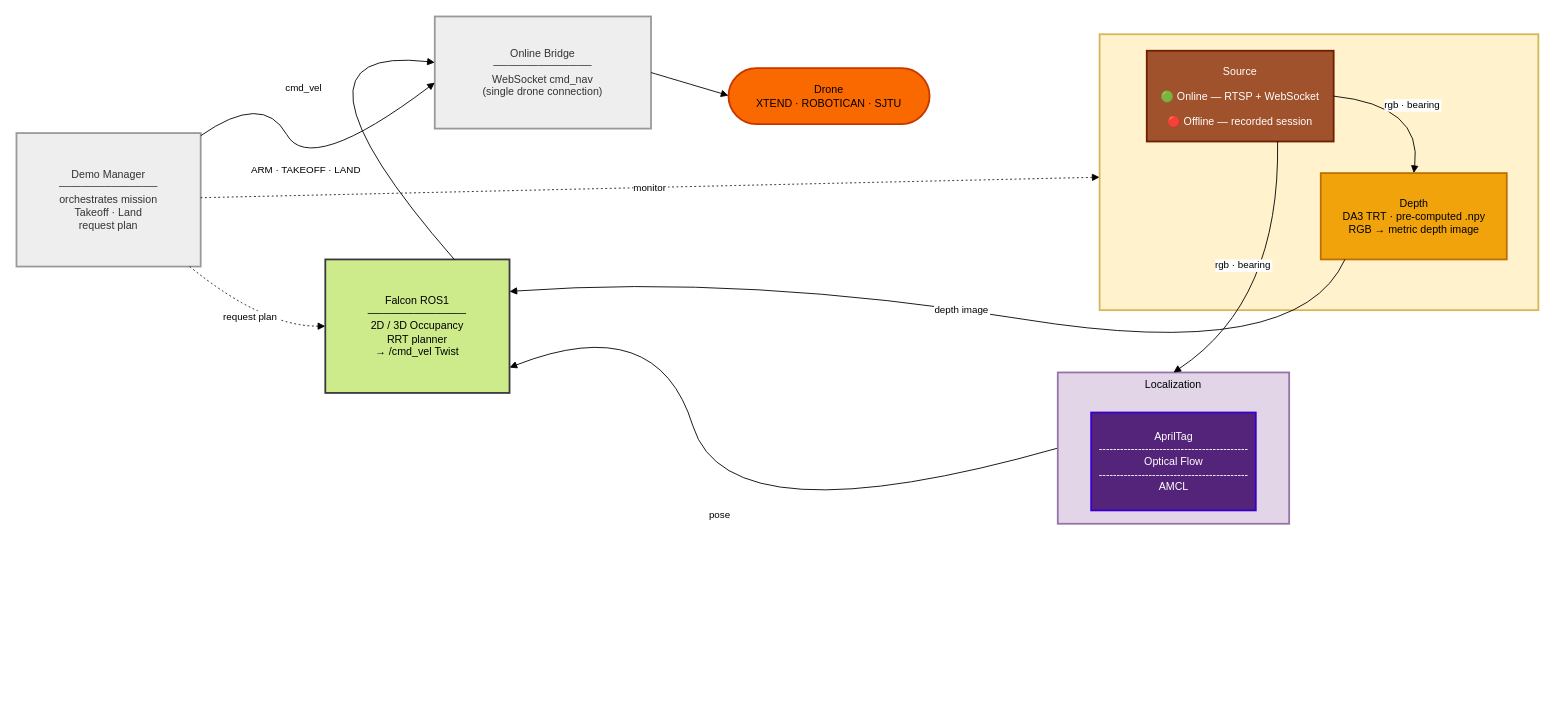
Before: docs/diagrams/system_architecture.drawio in sparx-mth/TheAgency, a draw.io diagram. Source tidied: cells renumbered, new cells numbered last; positions are measured from the earlier drawing's top-left corner, leaving out a move shared by most shapes. Both pictures are drawn from the tidied source at 89%, with x=0, y=0 at pixel (16, 16).
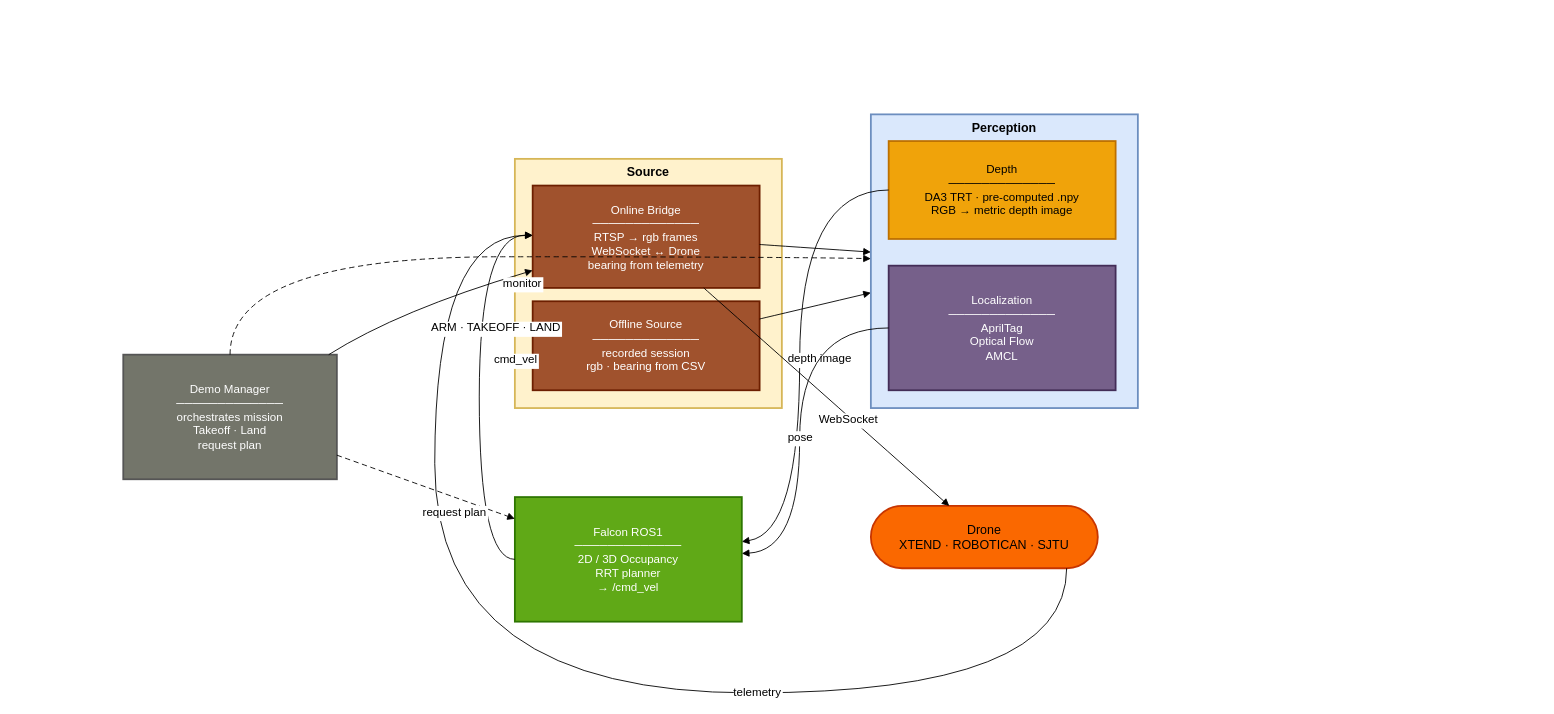
After the change.

Change to the diagram source:
```diff
@@
+    <mxCell id="21" value="Source" style="whiteSpace=wrap;strokeWidth=2;fillColor=#fff2cc;strokeColor=#d6b656;verticalAlign=top;fontSize=14;fontStyle=1;" parent="1" vertex="1">
+      <mxGeometry x="560" y="160" width="300" height="280" as="geometry" />
+    </mxCell>
+    <mxCell id="22" value="Online Bridge&#10;─────────────&#10;RTSP → rgb frames&#10;WebSocket ↔ Drone&#10;bearing from telemetry" style="whiteSpace=wrap;strokeWidth=2;fillColor=#a0522d;strokeColor=#6D1F00;fontColor=#ffffff;fontSize=13;" parent="1" vertex="1">
+      <mxGeometry x="580" y="190" width="255" height="115" as="geometry" />
+    </mxCell>
+    <mxCell id="23" value="Offline Source&#10;─────────────&#10;recorded session&#10;rgb · bearing from CSV" style="whiteSpace=wrap;strokeWidth=2;fillColor=#a0522d;strokeColor=#6D1F00;fontColor=#ffffff;fontSize=13;" parent="1" vertex="1">
+      <mxGeometry x="580" y="320" width="255" height="100" as="geometry" />
+    </mxCell>
+    <mxCell id="24" value="Perception" style="whiteSpace=wrap;strokeWidth=2;fillColor=#dae8fc;strokeColor=#6c8ebf;verticalAlign=top;fontSize=14;fontStyle=1;" parent="1" vertex="1">
+      <mxGeometry x="960" y="110" width="300" height="330" as="geometry" />
+    </mxCell>
+    <mxCell id="25" value="Depth&#10;─────────────&#10;DA3 TRT · pre-computed .npy&#10;RGB → metric depth image" style="whiteSpace=wrap;strokeWidth=2;fillColor=#f0a30a;strokeColor=#BD7000;fontColor=#000000;fontSize=13;" parent="1" vertex="1">
+      <mxGeometry x="980" y="140" width="255" height="110" as="geometry" />
+    </mxCell>
+    <mxCell id="26" value="Localization&#10;─────────────&#10;AprilTag&#10;Optical Flow&#10;AMCL" style="whiteSpace=wrap;strokeWidth=2;fillColor=#76608a;strokeColor=#432D57;fontColor=#ffffff;fontSize=13;" parent="1" vertex="1">
+      <mxGeometry x="980" y="280" width="255" height="140" as="geometry" />
+    </mxCell>
+    <mxCell id="27" value="Falcon  ROS1&#10;─────────────&#10;2D / 3D Occupancy&#10;RRT planner&#10;→ /cmd_vel" style="whiteSpace=wrap;strokeWidth=2;fillColor=#60a917;strokeColor=#2D7600;fontColor=#ffffff;fontSize=13;" parent="1" vertex="1">
+      <mxGeometry x="560" y="540" width="255" height="140" as="geometry" />
+    </mxCell>
-    <mxCell id="2" value="Demo Manager&#10;─────────────&#10;orchestrates mission&#10;Takeoff · Land&#10;request plan" style="whiteSpace=wrap;strokeWidth=2;fillColor=light-dark(#eeeeee,#1f2020);strokeColor=light-dark(#999999,#cccccc);fontColor=light-dark(#333333,#cccccc);" parent="1" vertex="1">
-      <mxGeometry y="131" width="207" height="150" as="geometry" />
+    <mxCell id="2" value="Demo Manager&#10;─────────────&#10;orchestrates mission&#10;Takeoff · Land&#10;request plan" style="whiteSpace=wrap;strokeWidth=2;fillColor=#73756A;strokeColor=#555555;fontColor=#ffffff;fontSize=13;" parent="1" vertex="1">
+      <mxGeometry x="120" y="380" width="240" height="140" as="geometry" />
     </mxCell>
-    <mxCell id="3" value="Falcon  ROS1&#10;─────────────&#10;2D / 3D Occupancy&#10;RRT planner&#10;→ /cmd_vel Twist" style="whiteSpace=wrap;strokeWidth=2;fillColor=#cdeb8b;strokeColor=#36393d;" parent="1" vertex="1">
-      <mxGeometry x="347" y="273" width="207" height="150" as="geometry" />
-    </mxCell>
-    <mxCell id="4" value="Online Bridge&#10;─────────────&#10;WebSocket  cmd_nav&#10;(single drone connection)" style="whiteSpace=wrap;strokeWidth=2;fillColor=light-dark(#eeeeee,#1f2020);strokeColor=light-dark(#999999,#cccccc);fontColor=light-dark(#333333,#cccccc);" parent="1" vertex="1">
-      <mxGeometry x="470" width="243" height="126" as="geometry" />
-    </mxCell>
+    <mxCell id="16" value="Drone&#10;XTEND · ROBOTICAN · SJTU" style="rounded=1;whiteSpace=wrap;arcSize=50;strokeWidth=2;fillColor=#fa6800;strokeColor=#C73500;fontColor=#000000;fontSize=14;" parent="1" vertex="1">
+      <mxGeometry x="960" y="550" width="255" height="70" as="geometry" />
+    </mxCell>
+    <mxCell id="28" style="curved=1;endArrow=block;startArrow=none;fontSize=13;" parent="1" edge="1" source="22" target="24">
+      <mxGeometry relative="1" as="geometry" />
+    </mxCell>
+    <mxCell id="29" style="edgeLabel;fontSize=13;" parent="28" vertex="1">
+      <mxGeometry y="-15" relative="1" as="geometry" />
+    </mxCell>
+    <mxCell id="30" style="curved=1;endArrow=block;startArrow=none;fontSize=13;" parent="1" edge="1" source="23" target="24">
+      <mxGeometry relative="1" as="geometry" />
+    </mxCell>
+    <mxCell id="31" style="curved=1;endArrow=block;startArrow=none;fontSize=13;" parent="1" edge="1" source="25" target="27">
+      <mxGeometry relative="1" as="geometry">
+        <Array as="points">
+          <mxPoint x="880" y="195" />
+          <mxPoint x="880" y="580" />
+        </Array>
+      </mxGeometry>
+    </mxCell>
+    <mxCell id="19" value="depth image" style="edgeLabel;fontSize=13;" parent="31" vertex="1">
+      <mxGeometry y="-15" relative="1" as="geometry" />
+    </mxCell>
+    <mxCell id="32" style="curved=1;endArrow=block;startArrow=none;fontSize=13;" parent="1" edge="1" source="26" target="27">
+      <mxGeometry relative="1" as="geometry">
+        <Array as="points">
+          <mxPoint x="880" y="350" />
+          <mxPoint x="880" y="600" />
+        </Array>
+      </mxGeometry>
+    </mxCell>
-    <mxCell id="5" value="pose" style="curved=1;startArrow=none;endArrow=block;entryX=1;entryY=0.81;rounded=0;exitX=0;exitY=0.5;exitDx=0;exitDy=0;" parent="1" edge="1" source="11" target="3">
-      <mxGeometry relative="1" as="geometry">
-        <Array as="points">
-          <mxPoint x="800" y="590" />
-          <mxPoint x="720" y="330" />
-        </Array>
-      </mxGeometry>
+    <mxCell id="5" value="pose" style="edgeLabel;fontSize=13;" parent="32" vertex="1">
+      <mxGeometry y="-15" relative="1" as="geometry" />
     </mxCell>
+    <mxCell id="33" style="curved=1;endArrow=block;startArrow=none;fontSize=13;" parent="1" edge="1" source="27" target="22">
+      <mxGeometry relative="1" as="geometry">
+        <Array as="points">
+          <mxPoint x="520" y="610" />
+          <mxPoint x="520" y="245" />
+        </Array>
+      </mxGeometry>
+    </mxCell>
-    <mxCell id="6" value="cmd_vel" style="curved=1;startArrow=none;endArrow=block;exitX=0.7;exitY=0;entryX=0;entryY=0.41;rounded=0;" parent="1" edge="1" source="3" target="4">
-      <mxGeometry relative="1" as="geometry">
-        <Array as="points">
-          <mxPoint x="280" y="30" />
-        </Array>
-      </mxGeometry>
+    <mxCell id="6" value="cmd_vel" style="edgeLabel;fontSize=13;" parent="33" vertex="1">
+      <mxGeometry x="0.2" y="-15" relative="1" as="geometry" />
     </mxCell>
+    <mxCell id="34" style="curved=1;endArrow=block;startArrow=none;fontSize=13;" parent="1" edge="1" source="22" target="16">
+      <mxGeometry relative="1" as="geometry" />
+    </mxCell>
+    <mxCell id="35" value="WebSocket" style="edgeLabel;fontSize=13;" parent="34" vertex="1">
+      <mxGeometry y="-15" relative="1" as="geometry" />
+    </mxCell>
+    <mxCell id="36" style="curved=1;endArrow=block;startArrow=none;dashed=0;fontSize=13;" parent="1" edge="1" source="16" target="22">
+      <mxGeometry relative="1" as="geometry">
+        <Array as="points">
+          <mxPoint x="1180" y="620" />
+          <mxPoint x="1180" y="760" />
+          <mxPoint x="470" y="760" />
+          <mxPoint x="470" y="245" />
+        </Array>
+      </mxGeometry>
+    </mxCell>
+    <mxCell id="37" value="telemetry" style="edgeLabel;fontSize=13;" parent="36" vertex="1">
+      <mxGeometry x="-0.3" y="-15" relative="1" as="geometry" />
+    </mxCell>
+    <mxCell id="38" style="curved=1;endArrow=block;startArrow=none;fontSize=13;" parent="1" edge="1" source="2" target="22">
+      <mxGeometry relative="1" as="geometry">
+        <Array as="points">
+          <mxPoint x="430" y="330" />
+        </Array>
+      </mxGeometry>
+    </mxCell>
+    <mxCell id="8" value="ARM · TAKEOFF · LAND" style="edgeLabel;fontSize=13;" parent="38" vertex="1">
+      <mxGeometry y="-15" relative="1" as="geometry" />
+    </mxCell>
+    <mxCell id="39" style="curved=1;endArrow=block;startArrow=none;dashed=1;dashPattern=6 4;fontSize=13;" parent="1" edge="1" source="2" target="27">
+      <mxGeometry relative="1" as="geometry" />
+    </mxCell>
-    <mxCell id="7" value="request plan" style="curved=1;dashed=1;dashPattern=2 3;startArrow=none;endArrow=block;exitX=0.94;exitY=1;entryX=0;entryY=0.5;rounded=0;" parent="1" edge="1" source="2" target="3">
-      <mxGeometry relative="1" as="geometry">
-        <Array as="points">
-          <mxPoint x="277" y="348" />
-        </Array>
-      </mxGeometry>
+    <mxCell id="7" value="request plan" style="edgeLabel;fontSize=13;" parent="39" vertex="1">
+      <mxGeometry y="-15" relative="1" as="geometry" />
     </mxCell>
-    <mxCell id="8" value="ARM · TAKEOFF · LAND" style="curved=1;startArrow=none;endArrow=block;exitX=1;exitY=0.02;entryX=0;entryY=0.59;rounded=0;" parent="1" edge="1" source="2" target="4">
-      <mxGeometry relative="1" as="geometry">
-        <Array as="points">
-          <mxPoint x="277" y="85" />
-          <mxPoint x="330" y="180" />
-        </Array>
-      </mxGeometry>
-    </mxCell>
+    <mxCell id="40" style="curved=1;endArrow=block;startArrow=none;dashed=1;dashPattern=6 4;fontSize=13;" parent="1" edge="1" source="2" target="24">
+      <mxGeometry relative="1" as="geometry">
+        <Array as="points">
+          <mxPoint x="240" y="270" />
+          <mxPoint x="850" y="270" />
+        </Array>
+      </mxGeometry>
+    </mxCell>
-    <mxCell id="9" value="monitor" style="curved=1;dashed=1;dashPattern=2 3;startArrow=none;endArrow=block;rounded=0;" parent="1" edge="1" source="2" target="13">
-      <mxGeometry relative="1" as="geometry" />
+    <mxCell id="9" value="monitor" style="edgeLabel;fontSize=13;" parent="40" vertex="1">
+      <mxGeometry y="-15" relative="1" as="geometry" />
     </mxCell>
-    <mxCell id="10" style="group;" parent="1" vertex="1">
-      <mxGeometry x="1170" y="400" width="260" height="170" as="geometry" />
-    </mxCell>
-    <mxCell id="11" value="Localization" style="whiteSpace=wrap;strokeWidth=2;fillColor=#e1d5e7;strokeColor=#9673a6;verticalAlign=top;" parent="10" vertex="1">
-      <mxGeometry width="260" height="170" as="geometry" />
-    </mxCell>
-    <mxCell id="12" value="AprilTag&#10;------------------------------------------ &#10;Optical Flow &#10;------------------------------------------ &#10; AMCL" style="whiteSpace=wrap;strokeWidth=2;fillColor=#54237A;strokeColor=#3700CC;fontColor=#ffffff;" parent="10" vertex="1">
-      <mxGeometry x="37.5" y="45" width="185" height="110" as="geometry" />
-    </mxCell>
-    <mxCell id="13" style="whiteSpace=wrap;strokeWidth=2;fillColor=#fff2cc;strokeColor=#d6b656;" parent="1" vertex="1">
-      <mxGeometry x="1217" y="20" width="493" height="310" as="geometry" />
-    </mxCell>
-    <mxCell id="14" value="Source&#10;&#10;    🟢 Online — RTSP + WebSocket&#10;&#10;🔴 Offline — recorded session" style="strokeWidth=2;fillColor=#a0522d;strokeColor=#6D1F00;fontColor=#ffffff;" parent="1" vertex="1">
-      <mxGeometry x="1270" y="38.5" width="210" height="102" as="geometry" />
-    </mxCell>
-    <mxCell id="15" value="Depth&#10;DA3 TRT · pre-computed .npy&#10;RGB → metric depth image" style="whiteSpace=wrap;strokeWidth=2;fillColor=#f0a30a;strokeColor=#BD7000;fontColor=#000000;" parent="1" vertex="1">
-      <mxGeometry x="1465.5" y="176" width="209" height="97" as="geometry" />
-    </mxCell>
-    <mxCell id="16" value="Drone&#10;XTEND · ROBOTICAN · SJTU" style="rounded=1;whiteSpace=wrap;arcSize=50;strokeWidth=2;fillColor=#fa6800;strokeColor=#C73500;fontColor=#000000;" parent="1" vertex="1">
-      <mxGeometry x="800" y="58" width="226" height="63" as="geometry" />
-    </mxCell>
-    <mxCell id="17" value="rgb · bearing" style="curved=1;startArrow=none;endArrow=block;exitX=1;exitY=0.5;entryX=0.5;entryY=0;rounded=0;entryDx=0;entryDy=0;" parent="1" edge="1" source="14" target="15">
-      <mxGeometry relative="1" as="geometry">
-        <Array as="points">
-          <mxPoint x="1580" y="100" />
-        </Array>
-      </mxGeometry>
-    </mxCell>
-    <mxCell id="18" value="rgb · bearing" style="curved=1;startArrow=none;endArrow=block;exitX=0.7;exitY=1;entryX=0.5;entryY=0;rounded=0;entryDx=0;entryDy=0;" parent="1" edge="1" source="14" target="11">
-      <mxGeometry x="0.18" y="-58" relative="1" as="geometry">
-        <Array as="points">
-          <mxPoint x="1420" y="320" />
-        </Array>
-        <mxPoint y="1" as="offset" />
-      </mxGeometry>
-    </mxCell>
-    <mxCell id="19" value="depth image" style="curved=1;startArrow=none;endArrow=block;exitX=0.13;exitY=1;entryX=1;entryY=0.24;rounded=0;" parent="1" edge="1" source="15" target="3">
-      <mxGeometry relative="1" as="geometry">
-        <Array as="points">
-          <mxPoint x="1440" y="390" />
-          <mxPoint x="820" y="290" />
-        </Array>
-      </mxGeometry>
-    </mxCell>
-    <mxCell id="20" style="curved=1;startArrow=none;endArrow=block;exitX=1;exitY=0.5;entryX=0;entryY=0.49;rounded=0;" parent="1" edge="1" source="4" target="16">
-      <mxGeometry relative="1" as="geometry" />
-    </mxCell>
```
